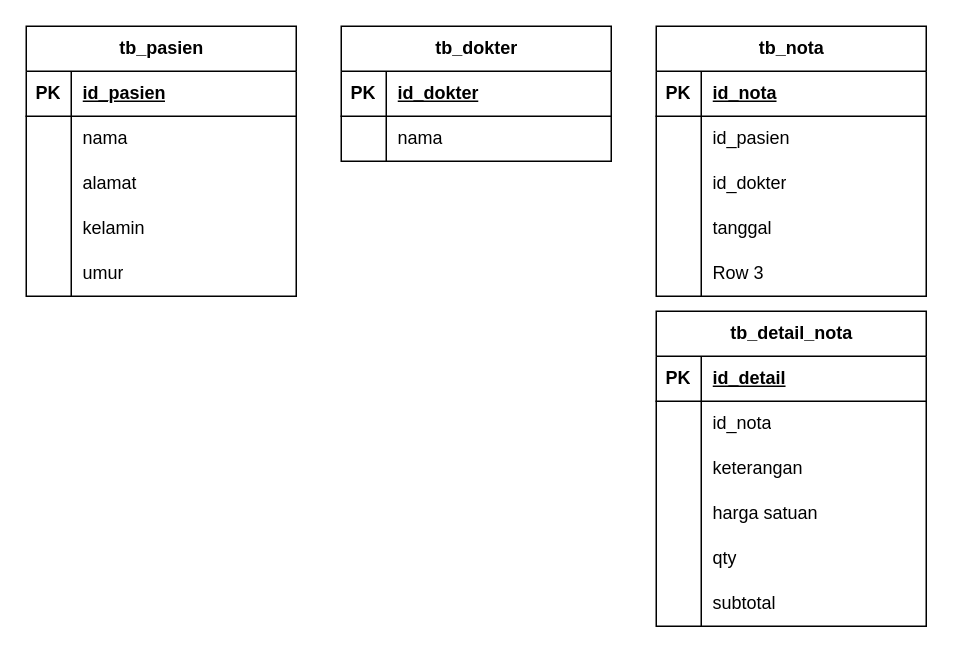
Before: lrs/lrss.drawio in DemoNicky/logic-test, a draw.io diagram. Source tidied: cells renumbered, new cells numbered last; positions are measured from the earlier drawing's top-left corner, leaving out a move shared by most shapes. Both pictures are drawn from the tidied source at 150%, with x=0, y=0 at pixel (26, 26).
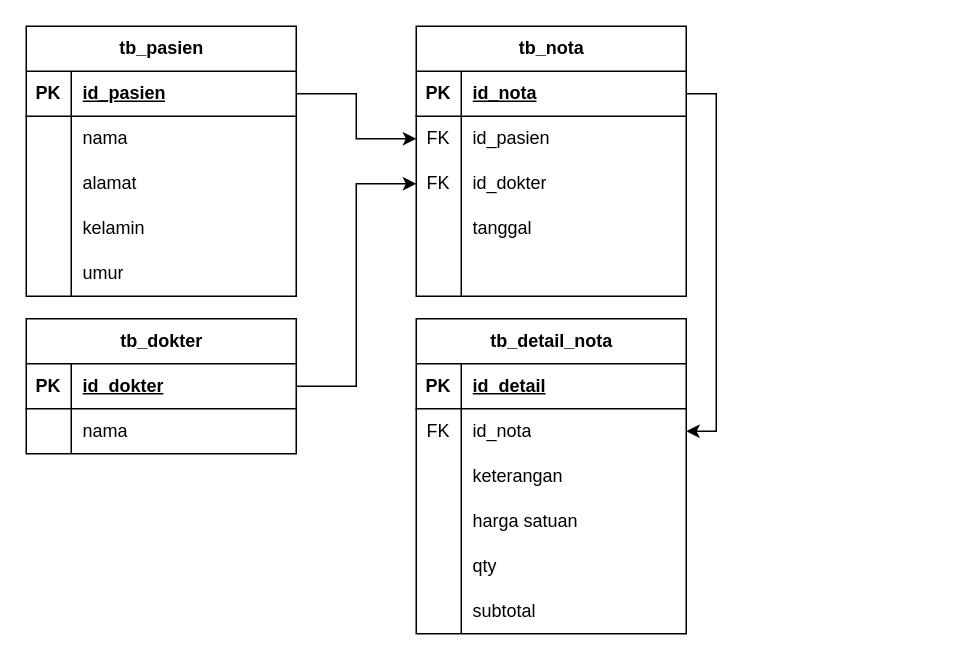
The same page after the edit.

Unchanged cells that the change refers to:
```xml
<mxCell id="3" style="shape=tableRow;horizontal=0;startSize=0;swimlaneHead=0;swimlaneBody=0;fillColor=none;points=[[0,0.5],[1,0.5]];portConstraint=eastwest;top=0;left=0;right=0;bottom=1;" parent="2" vertex="1">
  <mxGeometry y="30" width="180" height="30" as="geometry" />
</mxCell>
<mxCell id="19" style="shape=tableRow;horizontal=0;startSize=0;swimlaneHead=0;swimlaneBody=0;fillColor=none;points=[[0,0.5],[1,0.5]];portConstraint=eastwest;top=0;left=0;right=0;bottom=1;" parent="18" vertex="1">
  <mxGeometry y="30" width="180" height="30" as="geometry" />
</mxCell>
<mxCell id="26" style="shape=tableRow;horizontal=0;startSize=0;swimlaneHead=0;swimlaneBody=0;fillColor=none;points=[[0,0.5],[1,0.5]];portConstraint=eastwest;top=0;left=0;right=0;bottom=1;" parent="25" vertex="1">
  <mxGeometry y="30" width="180" height="30" as="geometry" />
</mxCell>
<mxCell id="29" style="shape=tableRow;horizontal=0;startSize=0;swimlaneHead=0;swimlaneBody=0;fillColor=none;points=[[0,0.5],[1,0.5]];portConstraint=eastwest;top=0;left=0;right=0;bottom=0;" parent="25" vertex="1">
  <mxGeometry y="60" width="180" height="30" as="geometry" />
</mxCell>
<mxCell id="32" style="shape=tableRow;horizontal=0;startSize=0;swimlaneHead=0;swimlaneBody=0;fillColor=none;points=[[0,0.5],[1,0.5]];portConstraint=eastwest;top=0;left=0;right=0;bottom=0;" parent="25" vertex="1">
  <mxGeometry y="90" width="180" height="30" as="geometry" />
</mxCell>
<mxCell id="38" style="shape=tableRow;horizontal=0;startSize=0;swimlaneHead=0;swimlaneBody=0;fillColor=none;top=0;left=0;right=0;bottom=0;" parent="25" vertex="1">
  <mxGeometry y="150" width="180" height="30" as="geometry" />
</mxCell>
<mxCell id="45" style="shape=tableRow;horizontal=0;startSize=0;swimlaneHead=0;swimlaneBody=0;fillColor=none;points=[[0,0.5],[1,0.5]];portConstraint=eastwest;top=0;left=0;right=0;bottom=0;" parent="41" vertex="1">
  <mxGeometry y="60" width="180" height="30" as="geometry" />
</mxCell>
```

Diff of the diagram source:
```diff
@@
     <mxCell id="18" value="tb_dokter" style="shape=table;startSize=30;childLayout=tableLayout;rowLines=0;fontStyle=1;align=center;html=1;" parent="1" vertex="1">
-      <mxGeometry x="210" width="180" height="90" as="geometry" />
+      <mxGeometry y="195" width="180" height="90" as="geometry" />
     </mxCell>
@@
     <mxCell id="25" value="tb_nota" style="shape=table;startSize=30;childLayout=tableLayout;rowLines=0;fontStyle=1;align=center;html=1;" parent="1" vertex="1">
-      <mxGeometry x="420" width="180" height="180" as="geometry" />
+      <mxGeometry x="260" width="180" height="180" as="geometry" />
     </mxCell>
@@
-    <mxCell id="30" style="shape=partialRectangle;fillColor=none;top=0;left=0;bottom=0;right=0;overflow=hidden;whiteSpace=wrap;html=1;" parent="29" vertex="1">
+    <mxCell id="30" value="FK" style="shape=partialRectangle;fillColor=none;top=0;left=0;bottom=0;right=0;overflow=hidden;whiteSpace=wrap;html=1;" parent="29" vertex="1">
       <mxGeometry width="30" height="30" as="geometry" />
     </mxCell>
@@
-    <mxCell id="33" style="shape=partialRectangle;fillColor=none;top=0;left=0;bottom=0;right=0;overflow=hidden;whiteSpace=wrap;html=1;" parent="32" vertex="1">
+    <mxCell id="33" value="FK" style="shape=partialRectangle;fillColor=none;top=0;left=0;bottom=0;right=0;overflow=hidden;whiteSpace=wrap;html=1;" parent="32" vertex="1">
       <mxGeometry width="30" height="30" as="geometry" />
     </mxCell>
@@
-    <mxCell id="40" value="Row 3" style="shape=partialRectangle;fillColor=none;top=0;left=0;bottom=0;right=0;align=left;spacingLeft=6;overflow=hidden;whiteSpace=wrap;html=1;" parent="38" vertex="1">
+    <mxCell id="40" style="shape=partialRectangle;fillColor=none;top=0;left=0;bottom=0;right=0;align=left;spacingLeft=6;overflow=hidden;whiteSpace=wrap;html=1;" parent="38" vertex="1">
       <mxGeometry x="30" width="150" height="30" as="geometry" />
     </mxCell>
     <mxCell id="41" value="tb_detail_nota" style="shape=table;startSize=30;childLayout=tableLayout;rowLines=0;fontStyle=1;align=center;html=1;" parent="1" vertex="1">
-      <mxGeometry x="420" y="190" width="180" height="210" as="geometry" />
+      <mxGeometry x="260" y="195" width="180" height="210" as="geometry" />
     </mxCell>
@@
-    <mxCell id="46" style="shape=partialRectangle;fillColor=none;top=0;left=0;bottom=0;right=0;overflow=hidden;whiteSpace=wrap;html=1;" parent="45" vertex="1">
+    <mxCell id="46" value="FK" style="shape=partialRectangle;fillColor=none;top=0;left=0;bottom=0;right=0;overflow=hidden;whiteSpace=wrap;html=1;" parent="45" vertex="1">
       <mxGeometry width="30" height="30" as="geometry" />
     </mxCell>
@@
+    <mxCell id="60" style="edgeStyle=orthogonalEdgeStyle;rounded=0;jettySize=auto;html=1;exitX=1;exitY=0.5;exitDx=0;exitDy=0;entryX=0;entryY=0.5;entryDx=0;entryDy=0;" parent="1" edge="1" source="3" target="29">
+      <mxGeometry relative="1" as="geometry" />
+    </mxCell>
+    <mxCell id="61" style="edgeStyle=orthogonalEdgeStyle;rounded=0;jettySize=auto;html=1;exitX=1;exitY=0.5;exitDx=0;exitDy=0;entryX=0;entryY=0.5;entryDx=0;entryDy=0;" parent="1" edge="1" source="19" target="32">
+      <mxGeometry relative="1" as="geometry" />
+    </mxCell>
+    <mxCell id="62" style="edgeStyle=orthogonalEdgeStyle;rounded=0;jettySize=auto;html=1;exitX=1;exitY=0.5;exitDx=0;exitDy=0;entryX=1;entryY=0.5;entryDx=0;entryDy=0;" parent="1" edge="1" source="26" target="45">
+      <mxGeometry relative="1" as="geometry" />
+    </mxCell>
```
